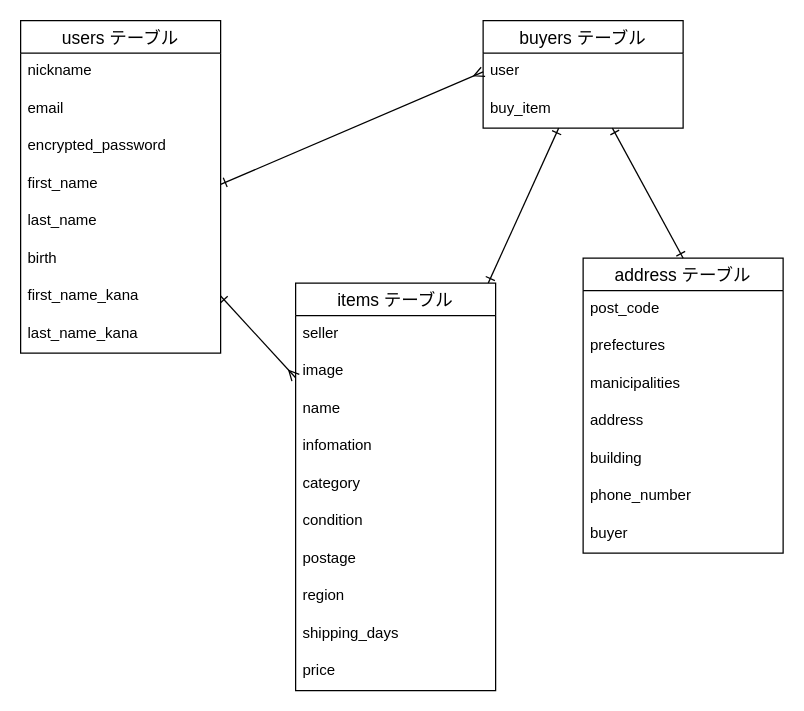
Before: er.dio in tiyodakoki/furima-38022, a draw.io diagram. Source tidied: cells renumbered, new cells numbered last; positions are measured from the earlier drawing's top-left corner, leaving out a move shared by most shapes. Both pictures are drawn from the tidied source at 125%, with x=0, y=0 at pixel (20, 20).
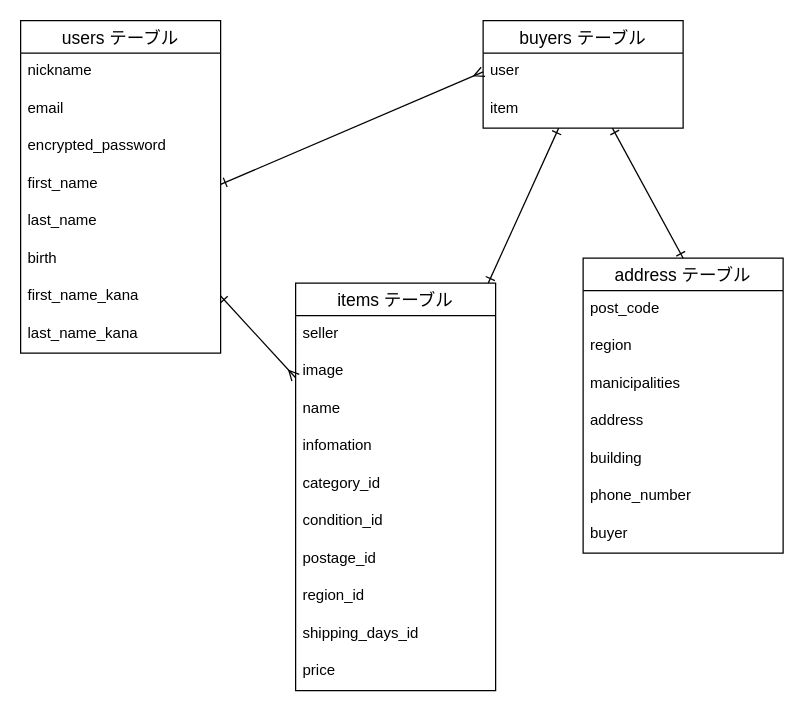
The same diagram, later.

Unchanged cells that the change refers to:
```xml
<mxCell id="13" value="items テーブル" style="swimlane;fontStyle=0;horizontal=1;startSize=26;align=center;fontSize=14;" parent="1" vertex="1">
  <mxGeometry x="220" y="210" width="160" height="326" as="geometry" />
</mxCell>
<mxCell id="24" value="address テーブル" style="swimlane;fontStyle=0;horizontal=1;startSize=26;align=center;fontSize=14;" parent="1" vertex="1">
  <mxGeometry x="450" y="190" width="160" height="236" as="geometry" />
</mxCell>
<mxCell id="33" value="buyers テーブル" style="swimlane;fontStyle=0;horizontal=1;startSize=26;align=center;fontSize=14;" parent="1" vertex="1">
  <mxGeometry x="370" width="160" height="86" as="geometry" />
</mxCell>
```

The edit, as a diff of the source:
```diff
@@
-    <mxCell id="18" value="category" style="text;strokeColor=none;fillColor=none;spacingLeft=4;spacingRight=4;overflow=hidden;fontSize=12;" parent="13" vertex="1">
+    <mxCell id="18" value="category_id" style="text;strokeColor=none;fillColor=none;spacingLeft=4;spacingRight=4;overflow=hidden;fontSize=12;" parent="13" vertex="1">
       <mxGeometry y="146" width="160" height="30" as="geometry" />
     </mxCell>
-    <mxCell id="19" value="condition" style="text;strokeColor=none;fillColor=none;spacingLeft=4;spacingRight=4;overflow=hidden;fontSize=12;" parent="13" vertex="1">
+    <mxCell id="19" value="condition_id" style="text;strokeColor=none;fillColor=none;spacingLeft=4;spacingRight=4;overflow=hidden;fontSize=12;" parent="13" vertex="1">
       <mxGeometry y="176" width="160" height="30" as="geometry" />
     </mxCell>
-    <mxCell id="20" value="postage" style="text;strokeColor=none;fillColor=none;spacingLeft=4;spacingRight=4;overflow=hidden;fontSize=12;" parent="13" vertex="1">
+    <mxCell id="20" value="postage_id" style="text;strokeColor=none;fillColor=none;spacingLeft=4;spacingRight=4;overflow=hidden;fontSize=12;" parent="13" vertex="1">
       <mxGeometry y="206" width="160" height="30" as="geometry" />
     </mxCell>
-    <mxCell id="21" value="region" style="text;strokeColor=none;fillColor=none;spacingLeft=4;spacingRight=4;overflow=hidden;fontSize=12;" parent="13" vertex="1">
+    <mxCell id="21" value="region_id" style="text;strokeColor=none;fillColor=none;spacingLeft=4;spacingRight=4;overflow=hidden;fontSize=12;" parent="13" vertex="1">
       <mxGeometry y="236" width="160" height="30" as="geometry" />
     </mxCell>
-    <mxCell id="22" value="shipping_days" style="text;strokeColor=none;fillColor=none;spacingLeft=4;spacingRight=4;overflow=hidden;fontSize=12;" parent="13" vertex="1">
+    <mxCell id="22" value="shipping_days_id" style="text;strokeColor=none;fillColor=none;spacingLeft=4;spacingRight=4;overflow=hidden;fontSize=12;" parent="13" vertex="1">
       <mxGeometry y="266" width="160" height="30" as="geometry" />
     </mxCell>
@@
-    <mxCell id="26" value="prefectures" style="text;strokeColor=none;fillColor=none;spacingLeft=4;spacingRight=4;overflow=hidden;fontSize=12;" parent="24" vertex="1">
+    <mxCell id="26" value="region" style="text;strokeColor=none;fillColor=none;spacingLeft=4;spacingRight=4;overflow=hidden;fontSize=12;" parent="24" vertex="1">
       <mxGeometry y="56" width="160" height="30" as="geometry" />
     </mxCell>
@@
-    <mxCell id="35" value="buy_item" style="text;strokeColor=none;fillColor=none;spacingLeft=4;spacingRight=4;overflow=hidden;fontSize=12;" parent="33" vertex="1">
+    <mxCell id="35" value="item" style="text;strokeColor=none;fillColor=none;spacingLeft=4;spacingRight=4;overflow=hidden;fontSize=12;" parent="33" vertex="1">
       <mxGeometry y="56" width="160" height="30" as="geometry" />
     </mxCell>
```
